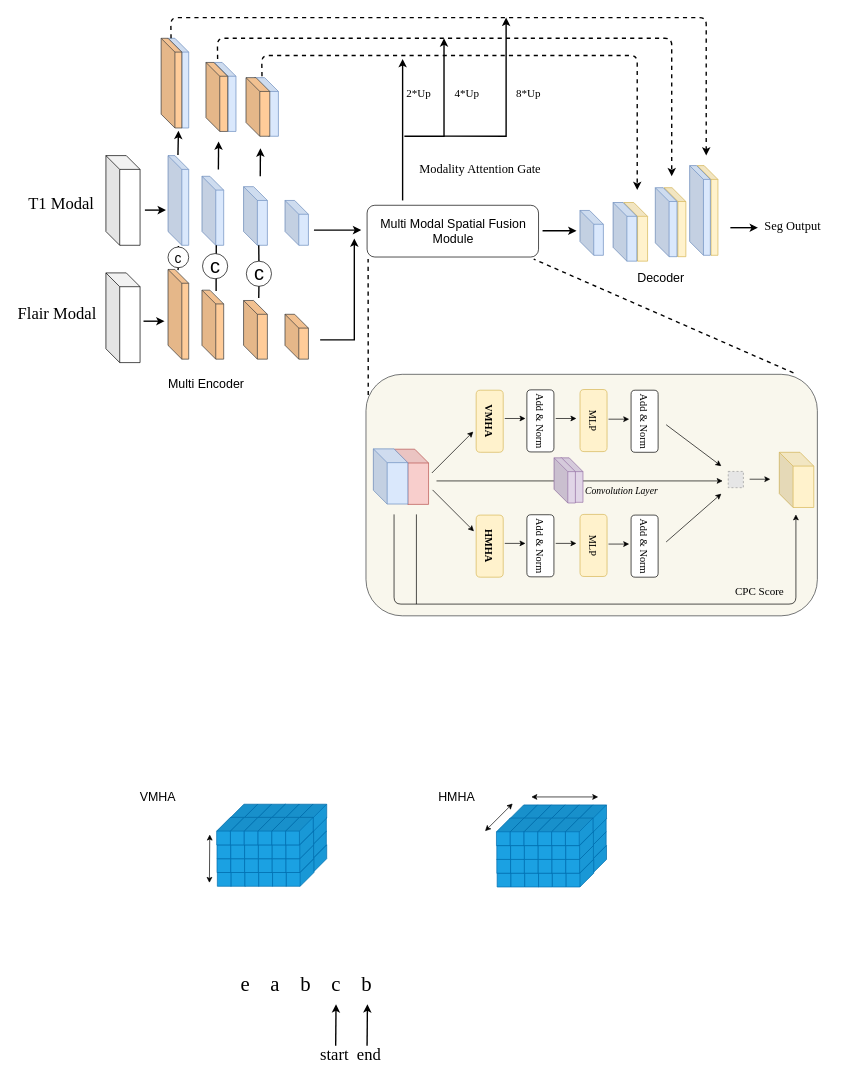
Before: image_spatial_transformer.drawio in 920232796/test, a draw.io diagram. Source tidied: cells renumbered, new cells numbered last; positions are measured from the earlier drawing's top-left corner, leaving out a move shared by most shapes. Both pictures are drawn from the tidied source at 69%, with x=0, y=0 at pixel (12, 17). Pictures stored in the file or linked from it are replaced by grey dashed boxes.
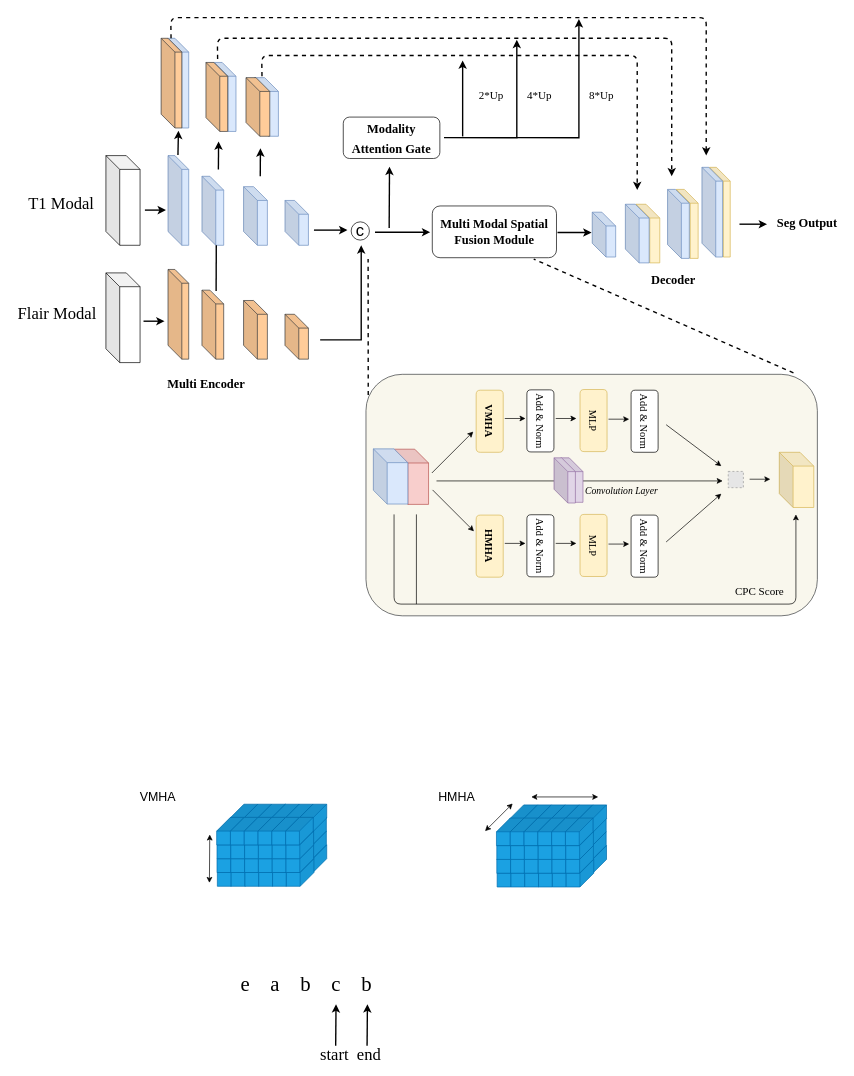
Above is the later version.

Change to the diagram source:
```diff
@@
     <mxCell id="131" style="endArrow=classic;html=1;rounded=0;fontSize=18;strokeWidth=2;" parent="1" edge="1">
       <mxGeometry relative="1" as="geometry">
         <mxPoint x="446.5" y="467" as="sourcePoint" />
-        <mxPoint x="496" y="320" as="targetPoint" />
+        <mxPoint x="506" y="330" as="targetPoint" />
         <Array as="points">
-          <mxPoint x="496" y="467" />
+          <mxPoint x="506" y="467" />
         </Array>
       </mxGeometry>
     </mxCell>
-    <mxCell id="132" value="Multi Encoder" style="text;html=1;align=center;verticalAlign=middle;strokeColor=none;fillColor=none;fontSize=18;" parent="1" vertex="1">
+    <mxCell id="132" value="&lt;b&gt;&lt;font face=&quot;Times New Roman&quot;&gt;Multi Encoder&lt;/font&gt;&lt;/b&gt;" style="text;html=1;align=center;verticalAlign=middle;strokeColor=none;fillColor=none;fontSize=18;" parent="1" vertex="1">
       <mxGeometry x="216" y="517" width="130" height="30" as="geometry" />
     </mxCell>
-    <mxCell id="133" value="Multi Modal Spatial Fusion Module" style="rounded=1;whiteSpace=wrap;html=1;fontSize=18;" parent="1" vertex="1">
-      <mxGeometry x="514.5" y="272" width="248.5" height="75" as="geometry" />
+    <mxCell id="133" value="&lt;b&gt;&lt;font face=&quot;Times New Roman&quot;&gt;Multi Modal Spatial Fusion Module&lt;/font&gt;&lt;/b&gt;" style="rounded=1;whiteSpace=wrap;html=1;fontSize=18;" parent="1" vertex="1">
+      <mxGeometry x="609" y="273" width="180" height="75" as="geometry" />
     </mxCell>
-    <mxCell id="134" style="endArrow=none;html=1;rounded=0;fontSize=18;strokeWidth=2;endFill=0;startArrow=none;" parent="1" edge="1" source="192">
-      <mxGeometry relative="1" as="geometry">
-        <mxPoint x="241.1" y="331" as="targetPoint" />
-      </mxGeometry>
-    </mxCell>
     <mxCell id="135" style="shape=cube;whiteSpace=wrap;html=1;boundedLbl=1;backgroundOutline=1;darkOpacity=0.05;darkOpacity2=0.1;fontSize=18;fillColor=#fff2cc;strokeColor=#d6b656;direction=east;" parent="1" vertex="1">
-      <mxGeometry x="993" y="214.5" width="30" height="130" as="geometry" />
+      <mxGeometry x="1010.8" y="217" width="30" height="130" as="geometry" />
     </mxCell>
     <mxCell id="136" style="shape=cube;whiteSpace=wrap;html=1;boundedLbl=1;backgroundOutline=1;darkOpacity=0.05;darkOpacity2=0.1;fontSize=18;fillColor=#fff2cc;strokeColor=#d6b656;direction=east;" parent="1" vertex="1">
-      <mxGeometry x="945" y="246.5" width="31.5" height="100" as="geometry" />
+      <mxGeometry x="962.8" y="249" width="31.5" height="100" as="geometry" />
     </mxCell>
     <mxCell id="137" style="shape=cube;whiteSpace=wrap;html=1;boundedLbl=1;backgroundOutline=1;darkOpacity=0.05;darkOpacity2=0.1;fontSize=18;fillColor=#fff2cc;strokeColor=#d6b656;direction=east;" parent="1" vertex="1">
-      <mxGeometry x="886.5" y="268" width="34.5" height="85" as="geometry" />
+      <mxGeometry x="904.2" y="270.5" width="34.5" height="85" as="geometry" />
     </mxCell>
     <mxCell id="138" style="shape=cube;whiteSpace=wrap;html=1;boundedLbl=1;backgroundOutline=1;darkOpacity=0.05;darkOpacity2=0.1;fontSize=18;fillColor=#dae8fc;strokeColor=#6c8ebf;direction=east;" parent="1" vertex="1">
-      <mxGeometry x="823" y="279.5" width="34" height="65" as="geometry" />
+      <mxGeometry x="840.8" y="282" width="34" height="65" as="geometry" />
     </mxCell>
-    <mxCell id="139" value="Decoder" style="text;html=1;align=center;verticalAlign=middle;strokeColor=none;fillColor=none;fontSize=18;" parent="1" vertex="1">
-      <mxGeometry x="900" y="362.5" width="80" height="30" as="geometry" />
+    <mxCell id="139" value="&lt;b&gt;&lt;font face=&quot;Times New Roman&quot;&gt;Decoder&lt;/font&gt;&lt;/b&gt;" style="text;html=1;align=center;verticalAlign=middle;strokeColor=none;fillColor=none;fontSize=18;" parent="1" vertex="1">
+      <mxGeometry x="917.8" y="365" width="80" height="30" as="geometry" />
     </mxCell>
@@
     <mxCell id="151" style="endArrow=classic;html=1;rounded=0;fontSize=18;strokeWidth=2;" parent="1" edge="1">
       <mxGeometry relative="1" as="geometry">
-        <mxPoint x="1041" y="304.5" as="sourcePoint" />
-        <mxPoint x="1081" y="304.5" as="targetPoint" />
+        <mxPoint x="1054.2" y="299.4" as="sourcePoint" />
+        <mxPoint x="1094.2" y="299.4" as="targetPoint" />
       </mxGeometry>
     </mxCell>
-    <mxCell id="152" value="&lt;font style=&quot;font-size: 18px&quot;&gt;Seg Output&lt;/font&gt;" style="text;html=1;align=center;verticalAlign=middle;strokeColor=none;fillColor=none;fontSize=14;fontFamily=Times New Roman;fontColor=#000000;strokeWidth=5;" parent="1" vertex="1">
-      <mxGeometry x="1081" y="293" width="100" height="20" as="geometry" />
+    <mxCell id="152" value="&lt;font style=&quot;font-size: 18px&quot;&gt;&lt;b&gt;Seg Output&lt;/b&gt;&lt;/font&gt;" style="text;html=1;align=center;verticalAlign=middle;strokeColor=none;fillColor=none;fontSize=14;fontFamily=Times New Roman;fontColor=#000000;strokeWidth=5;" parent="1" vertex="1">
+      <mxGeometry x="1102.2" y="287.5" width="100" height="20" as="geometry" />
     </mxCell>
@@
-    <mxCell id="167" style="endArrow=none;html=1;rounded=0;fontSize=18;strokeWidth=2;endFill=0;startArrow=none;" parent="1" edge="1" source="194">
-      <mxGeometry relative="1" as="geometry">
-        <mxPoint x="357.5" y="330" as="targetPoint" />
-      </mxGeometry>
-    </mxCell>
@@
     <mxCell id="172" style="endArrow=classic;html=1;rounded=0;fontSize=18;strokeWidth=2;" parent="1" edge="1">
       <mxGeometry relative="1" as="geometry">
         <mxPoint x="437.5" y="308" as="sourcePoint" />
-        <mxPoint x="506" y="308" as="targetPoint" />
+        <mxPoint x="486" y="308" as="targetPoint" />
       </mxGeometry>
     </mxCell>
     <mxCell id="173" style="endArrow=classic;html=1;rounded=0;fontSize=18;strokeWidth=2;" parent="1" edge="1">
       <mxGeometry relative="1" as="geometry">
-        <mxPoint x="768.8" y="308.9" as="sourcePoint" />
-        <mxPoint x="818" y="309" as="targetPoint" />
+        <mxPoint x="790.5" y="311.4" as="sourcePoint" />
+        <mxPoint x="839.8" y="311.5" as="targetPoint" />
       </mxGeometry>
     </mxCell>
@@
     <mxCell id="177" style="shape=cube;whiteSpace=wrap;html=1;boundedLbl=1;backgroundOutline=1;darkOpacity=0.05;darkOpacity2=0.1;fontSize=18;fillColor=#dae8fc;strokeColor=#6c8ebf;direction=east;" parent="1" vertex="1">
-      <mxGeometry x="871" y="268" width="34.5" height="85" as="geometry" />
+      <mxGeometry x="888.8" y="270.5" width="34.5" height="85" as="geometry" />
     </mxCell>
     <mxCell id="178" style="shape=cube;whiteSpace=wrap;html=1;boundedLbl=1;backgroundOutline=1;darkOpacity=0.05;darkOpacity2=0.1;fontSize=18;fillColor=#dae8fc;strokeColor=#6c8ebf;direction=east;" parent="1" vertex="1">
-      <mxGeometry x="932.2" y="246.5" width="31.5" height="100" as="geometry" />
+      <mxGeometry x="950" y="249" width="31.5" height="100" as="geometry" />
     </mxCell>
     <mxCell id="179" style="shape=cube;whiteSpace=wrap;html=1;boundedLbl=1;backgroundOutline=1;darkOpacity=0.05;darkOpacity2=0.1;fontSize=18;fillColor=#dae8fc;strokeColor=#6c8ebf;direction=east;" parent="1" vertex="1">
-      <mxGeometry x="982" y="214.5" width="30" height="130" as="geometry" />
+      <mxGeometry x="999.8" y="217" width="30" height="130" as="geometry" />
     </mxCell>
@@
-    <mxCell id="184" style="endArrow=classic;html=1;rounded=0;fontSize=18;strokeWidth=2;" parent="1" edge="1">
-      <mxGeometry relative="1" as="geometry">
-        <mxPoint x="566" y="265" as="sourcePoint" />
-        <mxPoint x="566" y="60" as="targetPoint" />
-      </mxGeometry>
-    </mxCell>
     <mxCell id="185" style="endArrow=classic;html=1;rounded=0;fontSize=18;strokeWidth=2;" parent="1" edge="1">
       <mxGeometry relative="1" as="geometry">
-        <mxPoint x="568.6" y="172" as="sourcePoint" />
-        <mxPoint x="626" y="30" as="targetPoint" />
+        <mxPoint x="626" y="174" as="sourcePoint" />
+        <mxPoint x="731.5" y="32.2" as="targetPoint" />
         <Array as="points">
-          <mxPoint x="626" y="172" />
+          <mxPoint x="731.5" y="174.2" />
         </Array>
       </mxGeometry>
     </mxCell>
     <mxCell id="186" value="2*Up" style="text;html=1;align=center;verticalAlign=middle;strokeColor=none;fillColor=none;fontSize=16;fontFamily=Times New Roman;fontColor=#000000;" parent="1" vertex="1">
-      <mxGeometry x="563.5" y="100" width="50" height="20" as="geometry" />
+      <mxGeometry x="669" y="102.2" width="50" height="20" as="geometry" />
     </mxCell>
     <mxCell id="187" style="endArrow=classic;html=1;rounded=0;fontSize=18;strokeWidth=2;" parent="1" edge="1">
       <mxGeometry relative="1" as="geometry">
-        <mxPoint x="626" y="171.8" as="sourcePoint" />
-        <mxPoint x="716" as="targetPoint" />
+        <mxPoint x="731.5" y="174" as="sourcePoint" />
+        <mxPoint x="821.5" y="2.2" as="targetPoint" />
         <Array as="points">
-          <mxPoint x="716" y="172" />
+          <mxPoint x="821.5" y="174.2" />
         </Array>
       </mxGeometry>
     </mxCell>
     <mxCell id="188" value="4*Up" style="text;html=1;align=center;verticalAlign=middle;strokeColor=none;fillColor=none;fontSize=16;fontFamily=Times New Roman;fontColor=#000000;" parent="1" vertex="1">
-      <mxGeometry x="633.5" y="100" width="50" height="20" as="geometry" />
+      <mxGeometry x="739" y="102.2" width="50" height="20" as="geometry" />
     </mxCell>
+    <mxCell id="190" value="8*Up" style="text;html=1;align=center;verticalAlign=middle;strokeColor=none;fillColor=none;fontSize=16;fontFamily=Times New Roman;fontColor=#000000;" parent="1" vertex="1">
+      <mxGeometry x="828.5" y="102.2" width="50" height="20" as="geometry" />
+    </mxCell>
+    <mxCell id="196" style="endArrow=none;html=1;rounded=0;fontSize=20;" parent="1" edge="1">
+      <mxGeometry relative="1" as="geometry">
+        <mxPoint x="586" y="850" as="sourcePoint" />
+        <mxPoint x="586" y="720" as="targetPoint" />
+      </mxGeometry>
+    </mxCell>
+    <mxCell id="197" value="&lt;font style=&quot;font-size: 24px&quot;&gt;c&lt;/font&gt;" style="ellipse;whiteSpace=wrap;html=1;" parent="1" vertex="1">
+      <mxGeometry x="491.4" y="296" width="26.5" height="26.5" as="geometry" />
+    </mxCell>
+    <mxCell id="198" style="endArrow=classic;html=1;rounded=0;fontSize=18;strokeWidth=2;" parent="1" edge="1">
+      <mxGeometry relative="1" as="geometry">
+        <mxPoint x="526" y="311" as="sourcePoint" />
+        <mxPoint x="606" y="311" as="targetPoint" />
+      </mxGeometry>
+    </mxCell>
+    <mxCell id="199" style="endArrow=classic;html=1;rounded=0;fontSize=18;strokeWidth=2;" parent="1" edge="1">
+      <mxGeometry relative="1" as="geometry">
+        <mxPoint x="546.5" y="305" as="sourcePoint" />
+        <mxPoint x="547" y="216.2" as="targetPoint" />
+      </mxGeometry>
+    </mxCell>
-    <mxCell id="189" value="&lt;font style=&quot;font-size: 18px&quot;&gt;Modality Attention Gate&lt;/font&gt;" style="text;html=1;align=center;verticalAlign=middle;strokeColor=none;fillColor=none;fontSize=16;fontFamily=Times New Roman;fontColor=#000000;" parent="1" vertex="1">
-      <mxGeometry x="583" y="210" width="190" height="20" as="geometry" />
+    <mxCell id="189" value="&lt;span style=&quot;font-family: &amp;#34;times new roman&amp;#34; ; font-size: 18px&quot;&gt;&lt;b&gt;Modality Attention Gate&lt;/b&gt;&lt;/span&gt;" style="rounded=1;whiteSpace=wrap;html=1;fontSize=24;" parent="1" vertex="1">
+      <mxGeometry x="480" y="144.2" width="140" height="60" as="geometry" />
     </mxCell>
-    <mxCell id="190" value="8*Up" style="text;html=1;align=center;verticalAlign=middle;strokeColor=none;fillColor=none;fontSize=16;fontFamily=Times New Roman;fontColor=#000000;" parent="1" vertex="1">
-      <mxGeometry x="723" y="100" width="50" height="20" as="geometry" />
-    </mxCell>
-    <mxCell id="191" value="&lt;font style=&quot;font-size: 29px&quot;&gt;c&lt;/font&gt;" style="ellipse;whiteSpace=wrap;html=1;" parent="1" vertex="1">
-      <mxGeometry x="276" y="342" width="36.5" height="36.5" as="geometry" />
-    </mxCell>
-    <mxCell id="192" value="&lt;font style=&quot;font-size: 20px&quot;&gt;c&lt;/font&gt;" style="ellipse;whiteSpace=wrap;html=1;" parent="1" vertex="1">
-      <mxGeometry x="226" y="332.5" width="30" height="30" as="geometry" />
-    </mxCell>
-    <mxCell id="193" style="endArrow=none;html=1;rounded=0;fontSize=18;strokeWidth=2;endFill=0;" parent="1" edge="1" target="192">
-      <mxGeometry relative="1" as="geometry">
-        <mxPoint x="240.4" y="366" as="sourcePoint" />
-      </mxGeometry>
-    </mxCell>
-    <mxCell id="194" value="&lt;font style=&quot;font-size: 29px&quot;&gt;c&lt;/font&gt;" style="ellipse;whiteSpace=wrap;html=1;" parent="1" vertex="1">
-      <mxGeometry x="339.5" y="353" width="36.5" height="36.5" as="geometry" />
-    </mxCell>
-    <mxCell id="195" style="endArrow=none;html=1;rounded=0;fontSize=18;strokeWidth=2;endFill=0;" parent="1" edge="1" target="194">
-      <mxGeometry relative="1" as="geometry">
-        <mxPoint x="357.5" y="406.5" as="sourcePoint" />
-      </mxGeometry>
-    </mxCell>
-    <mxCell id="196" style="endArrow=none;html=1;rounded=0;fontSize=20;" parent="1" edge="1">
-      <mxGeometry relative="1" as="geometry">
-        <mxPoint x="586" y="850" as="sourcePoint" />
-        <mxPoint x="586" y="720" as="targetPoint" />
-      </mxGeometry>
-    </mxCell>
+    <mxCell id="200" style="endArrow=classic;html=1;rounded=0;fontSize=18;strokeWidth=2;" parent="1" edge="1">
+      <mxGeometry relative="1" as="geometry">
+        <mxPoint x="653" y="172.2" as="sourcePoint" />
+        <mxPoint x="653" y="62.2" as="targetPoint" />
+      </mxGeometry>
+    </mxCell>
```
